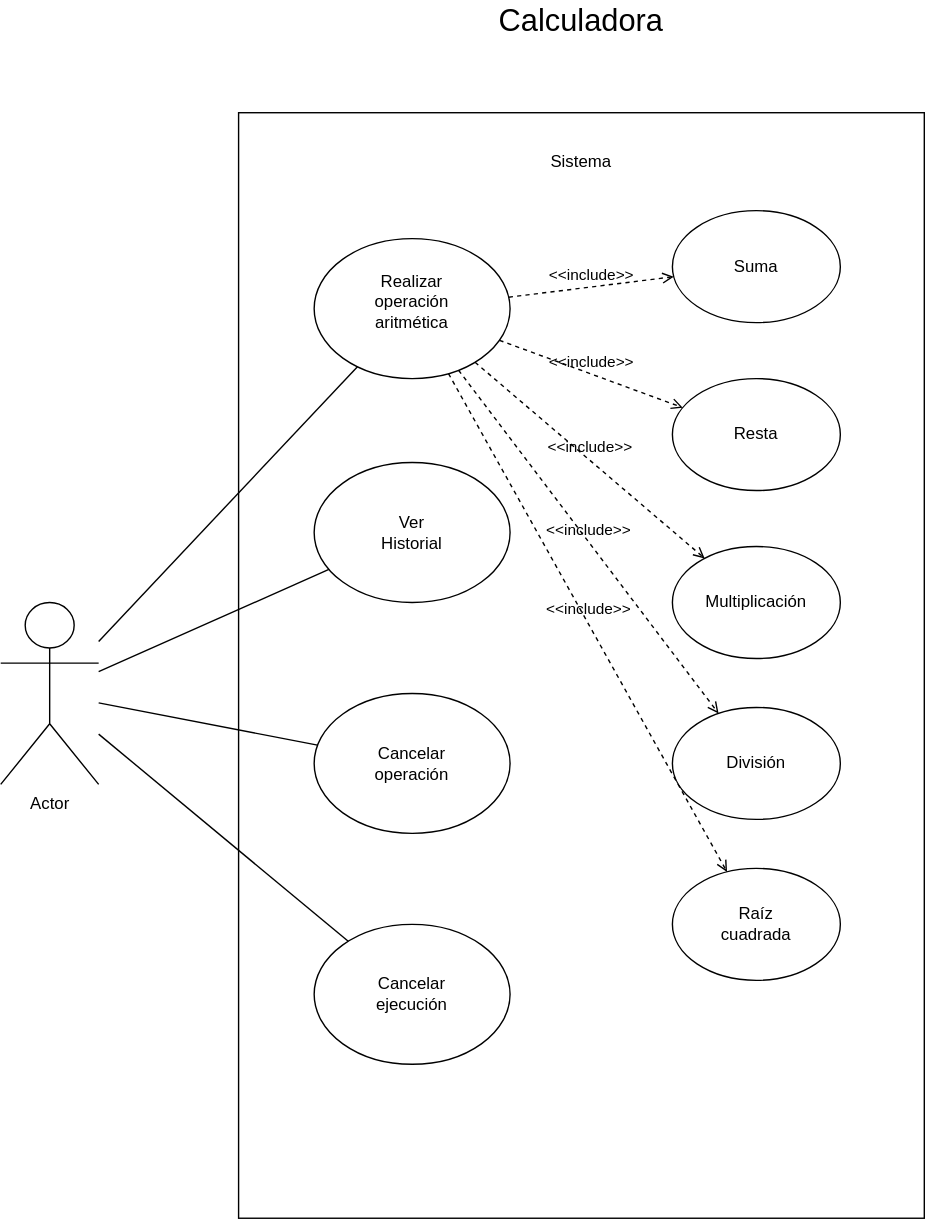
Earlier version of the draw.io export Diagrama calculadora DEC.svg (EduOlalde/DECProyecto1-1). Source tidied: cells renumbered, new cells last; positions are measured from the earlier drawing's top-left corner, leaving out a move shared by most shapes. Source of this version:
```xml
<mxGraphModel>
  <root>
    <mxCell id="0" />
    <mxCell id="1" parent="0" />
    <mxCell id="2" style="rounded=0;whiteSpace=wrap;html=1;" parent="1" vertex="1">
      <mxGeometry x="170" y="80" width="490" height="790" as="geometry" />
    </mxCell>
    <mxCell id="3" value="Actor" style="shape=umlActor;verticalLabelPosition=bottom;verticalAlign=top;html=1;outlineConnect=0;" parent="1" vertex="1">
      <mxGeometry y="430" width="70" height="130" as="geometry" />
    </mxCell>
    <mxCell id="4" style="ellipse;whiteSpace=wrap;html=1;" parent="1" vertex="1">
      <mxGeometry x="224" y="170" width="140" height="100" as="geometry" />
    </mxCell>
    <mxCell id="5" style="ellipse;whiteSpace=wrap;html=1;" parent="1" vertex="1">
      <mxGeometry x="224" y="330" width="140" height="100" as="geometry" />
    </mxCell>
    <mxCell id="6" style="ellipse;whiteSpace=wrap;html=1;" parent="1" vertex="1">
      <mxGeometry x="224" y="495" width="140" height="100" as="geometry" />
    </mxCell>
    <mxCell id="7" style="ellipse;whiteSpace=wrap;html=1;" parent="1" vertex="1">
      <mxGeometry x="224" y="660" width="140" height="100" as="geometry" />
    </mxCell>
    <mxCell id="8" style="ellipse;whiteSpace=wrap;html=1;" parent="1" vertex="1">
      <mxGeometry x="480" y="150" width="120" height="80" as="geometry" />
    </mxCell>
    <mxCell id="9" style="ellipse;whiteSpace=wrap;html=1;" parent="1" vertex="1">
      <mxGeometry x="480" y="270" width="120" height="80" as="geometry" />
    </mxCell>
    <mxCell id="10" style="ellipse;whiteSpace=wrap;html=1;" parent="1" vertex="1">
      <mxGeometry x="480" y="390" width="120" height="80" as="geometry" />
    </mxCell>
    <mxCell id="11" style="ellipse;whiteSpace=wrap;html=1;" parent="1" vertex="1">
      <mxGeometry x="480" y="505" width="120" height="80" as="geometry" />
    </mxCell>
    <mxCell id="12" style="ellipse;whiteSpace=wrap;html=1;" parent="1" vertex="1">
      <mxGeometry x="480" y="620" width="120" height="80" as="geometry" />
    </mxCell>
    <mxCell id="13" value="&amp;lt;&amp;lt;include&amp;gt;&amp;gt;" style="html=1;verticalAlign=bottom;labelBackgroundColor=none;endArrow=open;endFill=0;dashed=1;rounded=0;" parent="1" edge="1" source="4" target="8">
      <mxGeometry relative="1" as="geometry" />
    </mxCell>
    <mxCell id="14" value="&amp;lt;&amp;lt;include&amp;gt;&amp;gt;" style="html=1;verticalAlign=bottom;labelBackgroundColor=none;endArrow=open;endFill=0;dashed=1;rounded=0;" parent="1" edge="1" source="4" target="9">
      <mxGeometry relative="1" as="geometry" />
    </mxCell>
    <mxCell id="15" value="&amp;lt;&amp;lt;include&amp;gt;&amp;gt;" style="html=1;verticalAlign=bottom;labelBackgroundColor=none;endArrow=open;endFill=0;dashed=1;rounded=0;" parent="1" edge="1" source="4" target="10">
      <mxGeometry relative="1" as="geometry" />
    </mxCell>
    <mxCell id="16" value="&amp;lt;&amp;lt;include&amp;gt;&amp;gt;" style="html=1;verticalAlign=bottom;labelBackgroundColor=none;endArrow=open;endFill=0;dashed=1;rounded=0;" parent="1" edge="1" source="4" target="11">
      <mxGeometry relative="1" as="geometry" />
    </mxCell>
    <mxCell id="17" value="&amp;lt;&amp;lt;include&amp;gt;&amp;gt;" style="html=1;verticalAlign=bottom;labelBackgroundColor=none;endArrow=open;endFill=0;dashed=1;rounded=0;" parent="1" edge="1" source="4" target="12">
      <mxGeometry relative="1" as="geometry" />
    </mxCell>
    <mxCell id="18" style="endArrow=none;html=1;rounded=0;" parent="1" edge="1" source="3" target="4">
      <mxGeometry relative="1" as="geometry" />
    </mxCell>
    <mxCell id="19" style="endArrow=none;html=1;rounded=0;" parent="1" edge="1" source="3" target="5">
      <mxGeometry relative="1" as="geometry" />
    </mxCell>
    <mxCell id="20" style="endArrow=none;html=1;rounded=0;" parent="1" edge="1" source="3" target="6">
      <mxGeometry relative="1" as="geometry" />
    </mxCell>
    <mxCell id="21" style="endArrow=none;html=1;rounded=0;" parent="1" edge="1" source="3" target="7">
      <mxGeometry relative="1" as="geometry" />
    </mxCell>
    <mxCell id="22" value="Realizar operación aritmética" style="text;html=1;align=center;verticalAlign=middle;whiteSpace=wrap;rounded=0;" parent="1" vertex="1">
      <mxGeometry x="264" y="200" width="60" height="30" as="geometry" />
    </mxCell>
    <mxCell id="23" value="Ver Historial" style="text;html=1;align=center;verticalAlign=middle;whiteSpace=wrap;rounded=0;" parent="1" vertex="1">
      <mxGeometry x="264" y="365" width="60" height="30" as="geometry" />
    </mxCell>
    <mxCell id="24" value="Cancelar operación" style="text;html=1;align=center;verticalAlign=middle;whiteSpace=wrap;rounded=0;" parent="1" vertex="1">
      <mxGeometry x="264" y="530" width="60" height="30" as="geometry" />
    </mxCell>
    <mxCell id="25" value="Cancelar ejecución" style="text;html=1;align=center;verticalAlign=middle;whiteSpace=wrap;rounded=0;" parent="1" vertex="1">
      <mxGeometry x="264" y="695" width="60" height="30" as="geometry" />
    </mxCell>
    <mxCell id="26" value="Suma" style="text;html=1;align=center;verticalAlign=middle;whiteSpace=wrap;rounded=0;" parent="1" vertex="1">
      <mxGeometry x="510" y="175" width="60" height="30" as="geometry" />
    </mxCell>
    <mxCell id="27" value="Resta" style="text;html=1;align=center;verticalAlign=middle;whiteSpace=wrap;rounded=0;" parent="1" vertex="1">
      <mxGeometry x="510" y="295" width="60" height="30" as="geometry" />
    </mxCell>
    <mxCell id="28" value="Multiplicación" style="text;html=1;align=center;verticalAlign=middle;whiteSpace=wrap;rounded=0;" parent="1" vertex="1">
      <mxGeometry x="510" y="415" width="60" height="30" as="geometry" />
    </mxCell>
    <mxCell id="29" value="División" style="text;html=1;align=center;verticalAlign=middle;whiteSpace=wrap;rounded=0;" parent="1" vertex="1">
      <mxGeometry x="510" y="530" width="60" height="30" as="geometry" />
    </mxCell>
    <mxCell id="30" value="Raíz cuadrada" style="text;html=1;align=center;verticalAlign=middle;whiteSpace=wrap;rounded=0;" parent="1" vertex="1">
      <mxGeometry x="510" y="645" width="60" height="30" as="geometry" />
    </mxCell>
    <mxCell id="31" value="Calculadora" style="text;html=1;align=center;verticalAlign=middle;whiteSpace=wrap;rounded=0;fontSize=22;" parent="1" vertex="1">
      <mxGeometry x="385" width="60" height="30" as="geometry" />
    </mxCell>
    <mxCell id="32" value="Sistema" style="text;html=1;align=center;verticalAlign=middle;whiteSpace=wrap;rounded=0;" parent="1" vertex="1">
      <mxGeometry x="385" y="100" width="60" height="30" as="geometry" />
    </mxCell>
  </root>
</mxGraphModel>
```
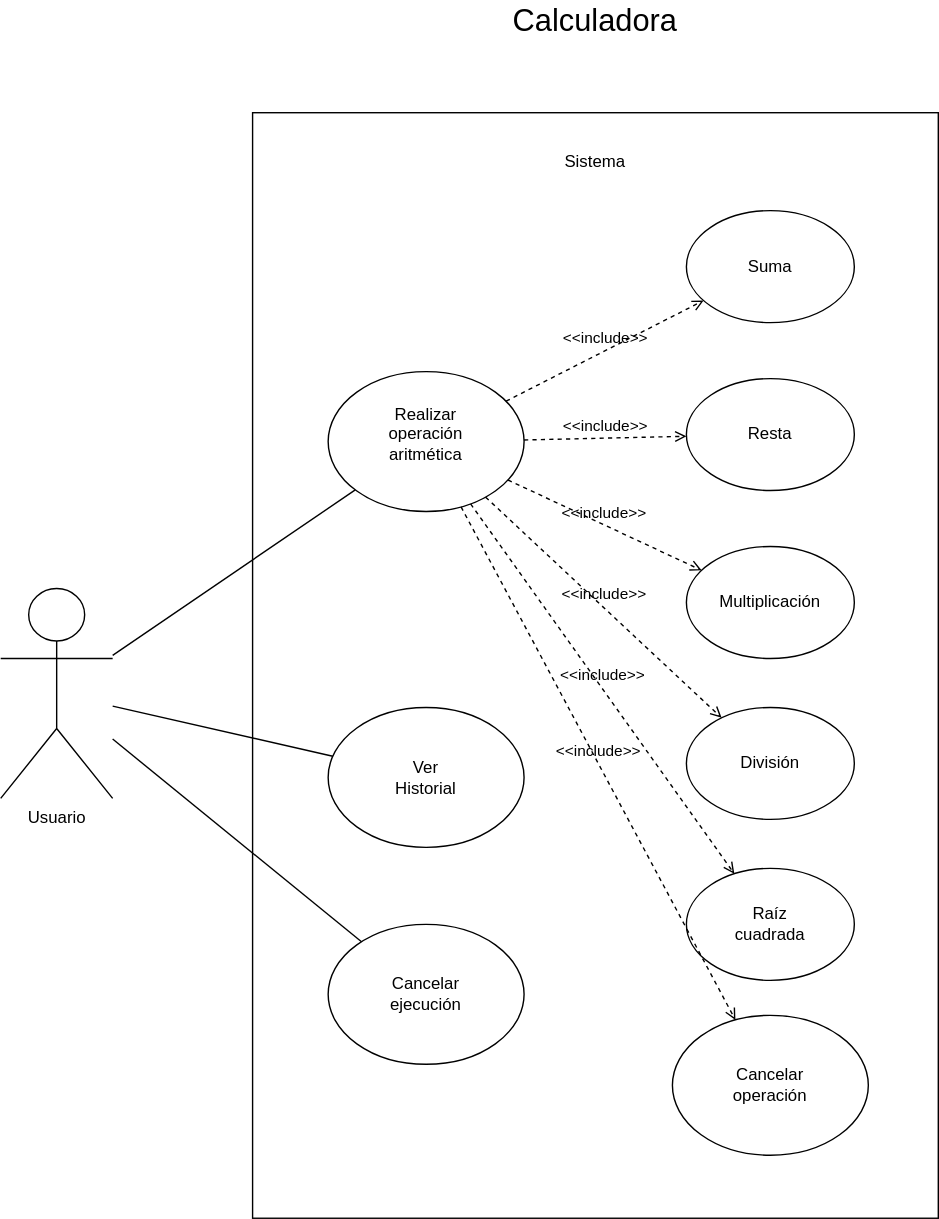
The same diagram one commit later.

Diff of the diagram source:
```diff
@@ -5,17 +5,14 @@
     <mxCell id="2" style="rounded=0;whiteSpace=wrap;html=1;" parent="1" vertex="1">
       <mxGeometry x="170" y="80" width="490" height="790" as="geometry" />
     </mxCell>
-    <mxCell id="3" value="Actor" style="shape=umlActor;verticalLabelPosition=bottom;verticalAlign=top;html=1;outlineConnect=0;" parent="1" vertex="1">
-      <mxGeometry y="430" width="70" height="130" as="geometry" />
-    </mxCell>
     <mxCell id="4" style="ellipse;whiteSpace=wrap;html=1;" parent="1" vertex="1">
-      <mxGeometry x="224" y="170" width="140" height="100" as="geometry" />
+      <mxGeometry x="224" y="265" width="140" height="100" as="geometry" />
     </mxCell>
     <mxCell id="5" style="ellipse;whiteSpace=wrap;html=1;" parent="1" vertex="1">
-      <mxGeometry x="224" y="330" width="140" height="100" as="geometry" />
+      <mxGeometry x="224" y="505" width="140" height="100" as="geometry" />
     </mxCell>
     <mxCell id="6" style="ellipse;whiteSpace=wrap;html=1;" parent="1" vertex="1">
-      <mxGeometry x="224" y="495" width="140" height="100" as="geometry" />
+      <mxGeometry x="470" y="725" width="140" height="100" as="geometry" />
     </mxCell>
     <mxCell id="7" style="ellipse;whiteSpace=wrap;html=1;" parent="1" vertex="1">
       <mxGeometry x="224" y="660" width="140" height="100" as="geometry" />
@@ -50,26 +47,23 @@
     <mxCell id="17" value="&amp;lt;&amp;lt;include&amp;gt;&amp;gt;" style="html=1;verticalAlign=bottom;labelBackgroundColor=none;endArrow=open;endFill=0;dashed=1;rounded=0;" parent="1" edge="1" source="4" target="12">
       <mxGeometry relative="1" as="geometry" />
     </mxCell>
-    <mxCell id="18" style="endArrow=none;html=1;rounded=0;" parent="1" edge="1" source="3" target="4">
+    <mxCell id="18" style="endArrow=none;html=1;rounded=0;" parent="1" edge="1" source="33" target="4">
       <mxGeometry relative="1" as="geometry" />
     </mxCell>
-    <mxCell id="19" style="endArrow=none;html=1;rounded=0;" parent="1" edge="1" source="3" target="5">
+    <mxCell id="19" style="endArrow=none;html=1;rounded=0;" parent="1" edge="1" source="33" target="5">
       <mxGeometry relative="1" as="geometry" />
     </mxCell>
-    <mxCell id="20" style="endArrow=none;html=1;rounded=0;" parent="1" edge="1" source="3" target="6">
-      <mxGeometry relative="1" as="geometry" />
-    </mxCell>
-    <mxCell id="21" style="endArrow=none;html=1;rounded=0;" parent="1" edge="1" source="3" target="7">
+    <mxCell id="21" style="endArrow=none;html=1;rounded=0;" parent="1" edge="1" source="33" target="7">
       <mxGeometry relative="1" as="geometry" />
     </mxCell>
     <mxCell id="22" value="Realizar operación aritmética" style="text;html=1;align=center;verticalAlign=middle;whiteSpace=wrap;rounded=0;" parent="1" vertex="1">
-      <mxGeometry x="264" y="200" width="60" height="30" as="geometry" />
+      <mxGeometry x="264" y="295" width="60" height="30" as="geometry" />
     </mxCell>
     <mxCell id="23" value="Ver Historial" style="text;html=1;align=center;verticalAlign=middle;whiteSpace=wrap;rounded=0;" parent="1" vertex="1">
-      <mxGeometry x="264" y="365" width="60" height="30" as="geometry" />
+      <mxGeometry x="264" y="540" width="60" height="30" as="geometry" />
     </mxCell>
     <mxCell id="24" value="Cancelar operación" style="text;html=1;align=center;verticalAlign=middle;whiteSpace=wrap;rounded=0;" parent="1" vertex="1">
-      <mxGeometry x="264" y="530" width="60" height="30" as="geometry" />
+      <mxGeometry x="510" y="760" width="60" height="30" as="geometry" />
     </mxCell>
     <mxCell id="25" value="Cancelar ejecución" style="text;html=1;align=center;verticalAlign=middle;whiteSpace=wrap;rounded=0;" parent="1" vertex="1">
       <mxGeometry x="264" y="695" width="60" height="30" as="geometry" />
@@ -95,5 +89,11 @@
     <mxCell id="32" value="Sistema" style="text;html=1;align=center;verticalAlign=middle;whiteSpace=wrap;rounded=0;" parent="1" vertex="1">
       <mxGeometry x="385" y="100" width="60" height="30" as="geometry" />
     </mxCell>
+    <mxCell id="33" value="Usuario" style="shape=umlActor;html=1;verticalLabelPosition=bottom;verticalAlign=top;align=center;" parent="1" vertex="1">
+      <mxGeometry x="-10" y="420" width="80" height="150" as="geometry" />
+    </mxCell>
+    <mxCell id="34" value="&amp;lt;&amp;lt;include&amp;gt;&amp;gt;" style="html=1;verticalAlign=bottom;labelBackgroundColor=none;endArrow=open;endFill=0;dashed=1;rounded=0;" parent="1" edge="1" source="4" target="6">
+      <mxGeometry relative="1" as="geometry" />
+    </mxCell>
   </root>
 </mxGraphModel>
```
